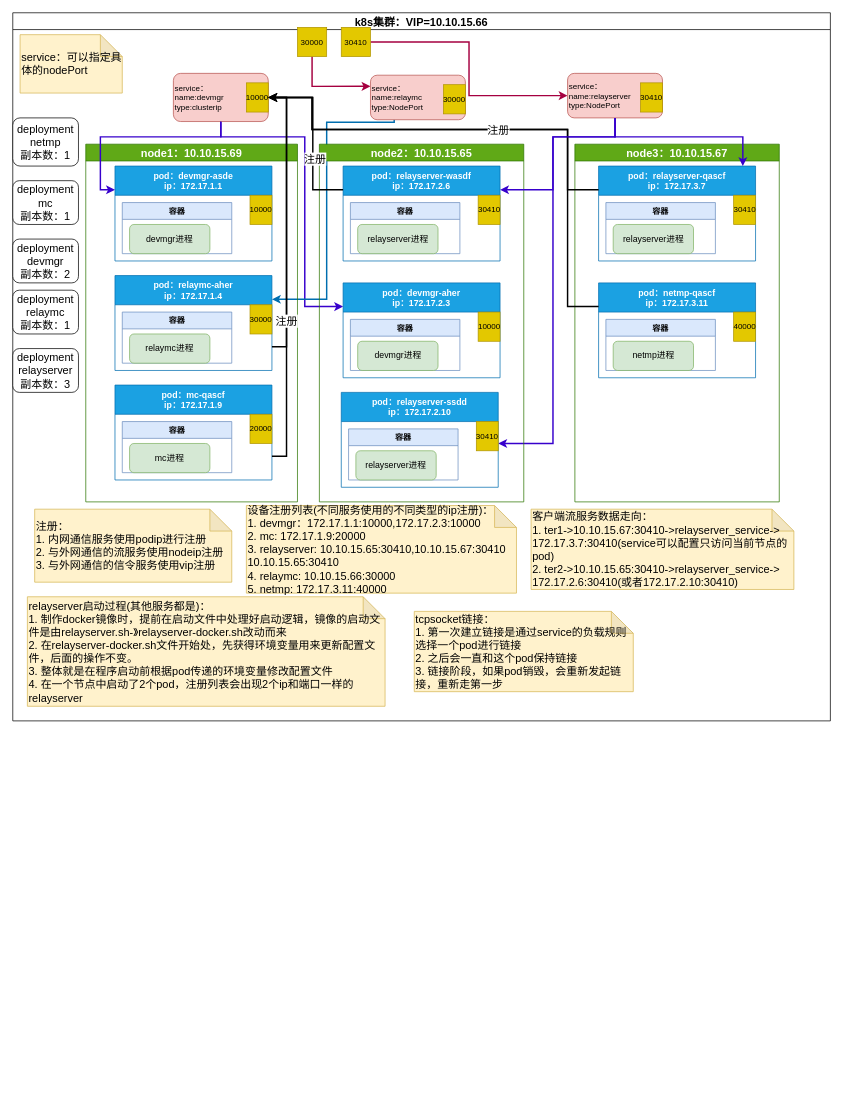
Before: page "Page-3" (3 of 3) of Untitled Diagram.drawio in Sycjyy/myshare, a draw.io diagram. Source tidied: cells renumbered, new cells numbered last; positions are measured from the earlier drawing's top-left corner, leaving out a move shared by most shapes. Both pictures are drawn from the tidied source at 73%, with x=0, y=0 at pixel (12, 12).
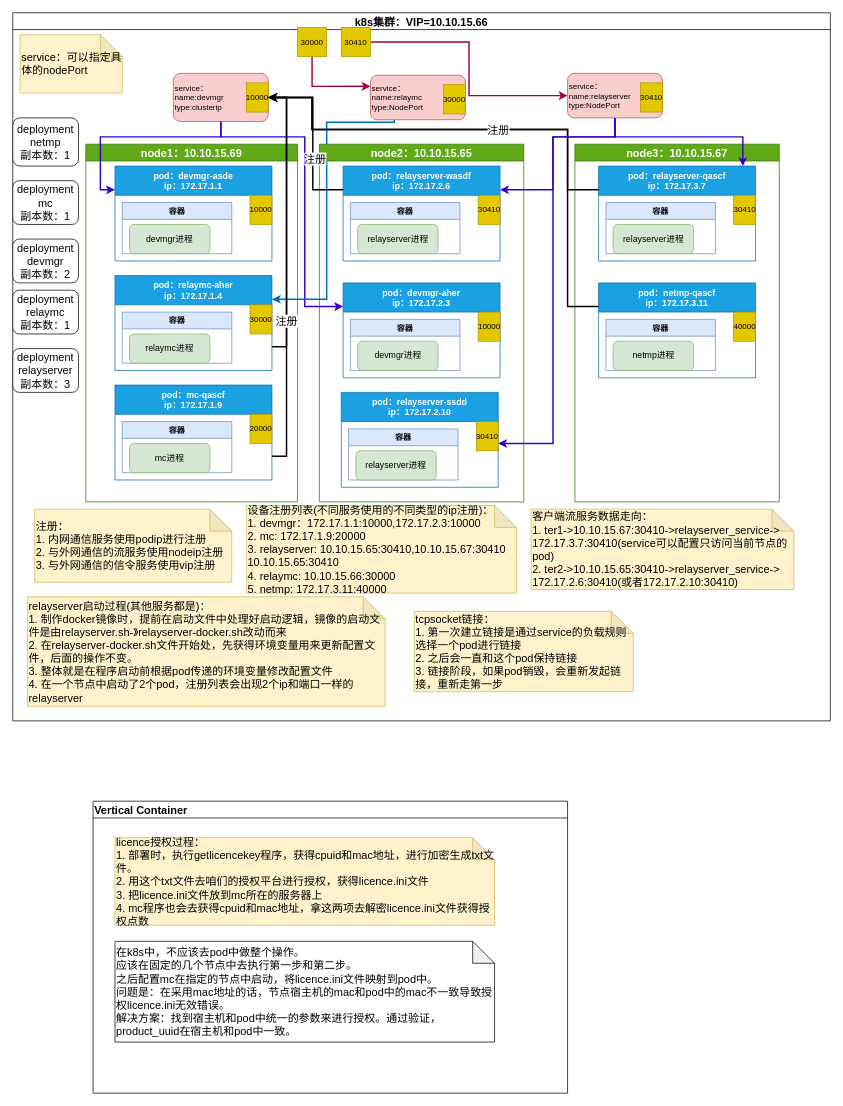
Above is the later version.

Diff of the diagram source:
```diff
@@
+    <mxCell id="73" value="Vertical Container" style="swimlane;labelBackgroundColor=none;fontSize=15;align=left;verticalAlign=middle;" parent="1" vertex="1">
+      <mxGeometry x="110" y="1080" width="650" height="400" as="geometry" />
+    </mxCell>
+    <mxCell id="74" value="licence授权过程：&lt;br&gt;1. 部署时，执行getlicencekey程序，获得cpuid和mac地址，进行加密生成txt文件。&lt;br&gt;2. 用这个txt文件去咱们的授权平台进行授权，获得licence.ini文件&lt;br&gt;3. 把licence.ini文件放到mc所在的服务器上&lt;br&gt;4. mc程序也会去获得cpuid和mac地址，拿这两项去解密licence.ini文件获得授权点数" style="shape=note;whiteSpace=wrap;html=1;backgroundOutline=1;darkOpacity=0.05;labelBackgroundColor=none;fontSize=15;align=left;verticalAlign=middle;fillColor=#fff2cc;strokeColor=#d6b656;" parent="73" vertex="1">
+      <mxGeometry x="30" y="50" width="520" height="120" as="geometry" />
+    </mxCell>
+    <mxCell id="75" value="在k8s中，不应该去pod中做整个操作。&lt;br&gt;应该在固定的几个节点中去执行第一步和第二步。&lt;br&gt;之后配置mc在指定的节点中启动，将licence.ini文件映射到pod中。&lt;br&gt;问题是：在采用mac地址的话，节点宿主机的mac和pod中的mac不一致导致授权licence.ini无效错误。&lt;br&gt;解决方案：找到宿主机和pod中统一的参数来进行授权。通过验证，product_uuid在宿主机和pod中一致。" style="shape=note;whiteSpace=wrap;html=1;backgroundOutline=1;darkOpacity=0.05;labelBackgroundColor=none;fontSize=15;align=left;verticalAlign=middle;" parent="73" vertex="1">
+      <mxGeometry x="30" y="192" width="520" height="138" as="geometry" />
+    </mxCell>
```
